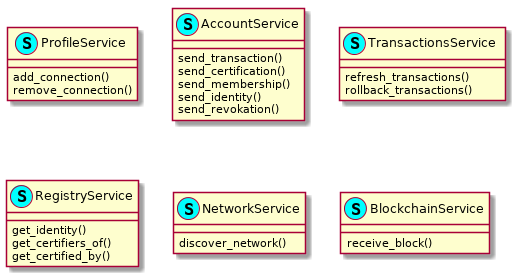
Earlier version of the PlantUML export doc/uml/services.png (duniter/sakia).
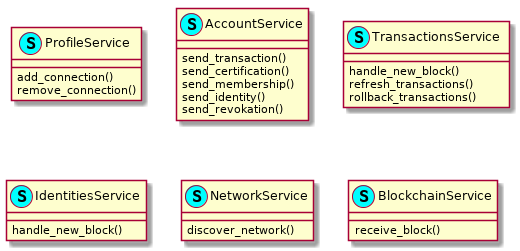
After the change.

Change to the diagram source:
```diff
@@ -5,7 +5,6 @@
 class ProfileService << (S,cyan) >>  {
     add_connection()
     remove_connection()
-
 }
 
 class AccountService << (S,cyan) >>  {
@@ -15,15 +14,15 @@
     send_identity()
     send_revokation()
 }
+
 class TransactionsService << (S,cyan) >>  {
+    handle_new_block()
     refresh_transactions()
     rollback_transactions()
 }
 
-class RegistryService << (S,cyan) >> {
-    get_identity()
-    get_certifiers_of()
-    get_certified_by()
+class IdentitiesService << (S,cyan) >> {
+    handle_new_block()
 }
 
 class NetworkService << (S,cyan) >>  {
```
